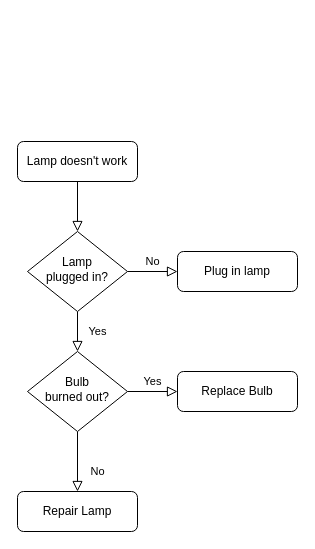
Above: itech产品列表.drawio in luweib/itech (draw.io), before the change. Source tidied: cells renumbered, new cells numbered last; positions are measured from the earlier drawing's top-left corner, leaving out a move shared by most shapes. Both pictures are drawn from the tidied source at 100%, with x=0, y=0 at pixel (17, 141).
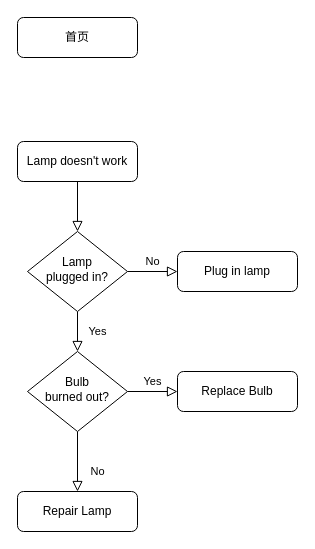
Above is the later version.

Commit message:
更新itech产品列表.drawio

Diff of the diagram source:
```diff
@@
 <mxGraphModel>
   <root>
     <mxCell id="0" />
     <mxCell id="1" parent="0" />
     <mxCell id="2" style="rounded=0;html=1;jettySize=auto;fontSize=11;endArrow=block;endFill=0;endSize=8;strokeWidth=1;shadow=0;labelBackgroundColor=none;edgeStyle=orthogonalEdgeStyle;" parent="1" edge="1" source="3" target="6">
       <mxGeometry relative="1" as="geometry" />
     </mxCell>
     <mxCell id="3" value="Lamp doesn't work" style="rounded=1;whiteSpace=wrap;html=1;fontSize=12;glass=0;strokeWidth=1;shadow=0;" parent="1" vertex="1">
       <mxGeometry width="120" height="40" as="geometry" />
     </mxCell>
     <mxCell id="4" value="Yes" style="rounded=0;html=1;jettySize=auto;fontSize=11;endArrow=block;endFill=0;endSize=8;strokeWidth=1;shadow=0;labelBackgroundColor=none;edgeStyle=orthogonalEdgeStyle;" parent="1" edge="1" source="6" target="10">
       <mxGeometry y="20" relative="1" as="geometry" />
     </mxCell>
     <mxCell id="5" value="No" style="edgeStyle=orthogonalEdgeStyle;rounded=0;html=1;jettySize=auto;fontSize=11;endArrow=block;endFill=0;endSize=8;strokeWidth=1;shadow=0;labelBackgroundColor=none;" parent="1" edge="1" source="6" target="7">
       <mxGeometry y="10" relative="1" as="geometry" />
     </mxCell>
     <mxCell id="6" value="Lamp&lt;br&gt;plugged in?" style="rhombus;whiteSpace=wrap;html=1;shadow=0;fontFamily=Helvetica;fontSize=12;align=center;strokeWidth=1;spacing=6;spacingTop=-4;" parent="1" vertex="1">
       <mxGeometry x="10" y="90" width="100" height="80" as="geometry" />
     </mxCell>
     <mxCell id="7" value="Plug in lamp" style="rounded=1;whiteSpace=wrap;html=1;fontSize=12;glass=0;strokeWidth=1;shadow=0;" parent="1" vertex="1">
       <mxGeometry x="160" y="110" width="120" height="40" as="geometry" />
     </mxCell>
     <mxCell id="8" value="No" style="rounded=0;html=1;jettySize=auto;fontSize=11;endArrow=block;endFill=0;endSize=8;strokeWidth=1;shadow=0;labelBackgroundColor=none;edgeStyle=orthogonalEdgeStyle;" parent="1" edge="1" source="10" target="11">
       <mxGeometry x="0.33" y="20" relative="1" as="geometry" />
     </mxCell>
     <mxCell id="9" value="Yes" style="edgeStyle=orthogonalEdgeStyle;rounded=0;html=1;jettySize=auto;fontSize=11;endArrow=block;endFill=0;endSize=8;strokeWidth=1;shadow=0;labelBackgroundColor=none;" parent="1" edge="1" source="10" target="12">
       <mxGeometry y="10" relative="1" as="geometry" />
     </mxCell>
     <mxCell id="10" value="Bulb&lt;br&gt;burned out?" style="rhombus;whiteSpace=wrap;html=1;shadow=0;fontFamily=Helvetica;fontSize=12;align=center;strokeWidth=1;spacing=6;spacingTop=-4;" parent="1" vertex="1">
       <mxGeometry x="10" y="210" width="100" height="80" as="geometry" />
     </mxCell>
     <mxCell id="11" value="Repair Lamp" style="rounded=1;whiteSpace=wrap;html=1;fontSize=12;glass=0;strokeWidth=1;shadow=0;" parent="1" vertex="1">
       <mxGeometry y="350" width="120" height="40" as="geometry" />
     </mxCell>
     <mxCell id="12" value="Replace Bulb" style="rounded=1;whiteSpace=wrap;html=1;fontSize=12;glass=0;strokeWidth=1;shadow=0;" parent="1" vertex="1">
       <mxGeometry x="160" y="230" width="120" height="40" as="geometry" />
     </mxCell>
+    <mxCell id="13" value="首页" style="rounded=1;whiteSpace=wrap;html=1;fontSize=12;glass=0;strokeWidth=1;shadow=0;" parent="1" vertex="1">
+      <mxGeometry y="-124" width="120" height="40" as="geometry" />
+    </mxCell>
   </root>
 </mxGraphModel>
```
